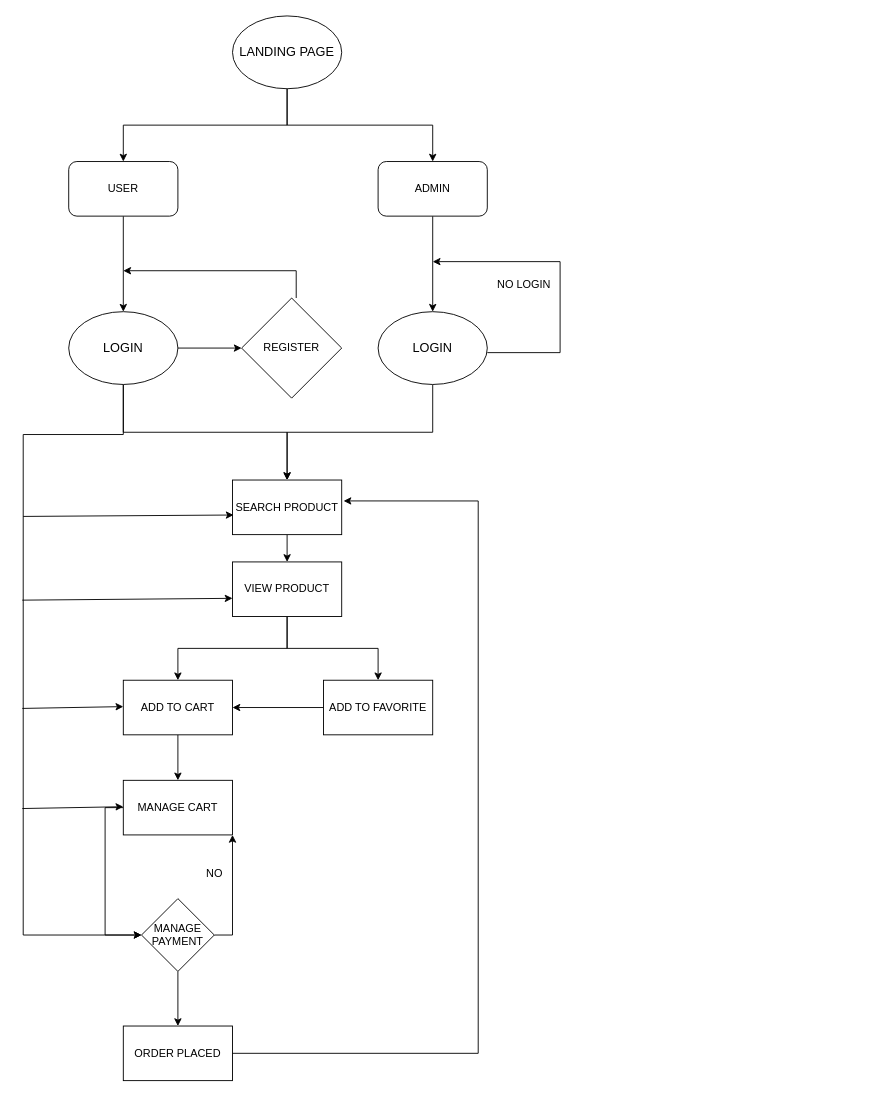
This is Untitled Diagram.drawio from KumarGudu/photo-web, a draw.io file, before an edit. Source tidied: cells renumbered, new cells numbered last; positions are measured from the earlier drawing's top-left corner, leaving out a move shared by most shapes. Both pictures are drawn from the tidied source at 91%, with x=0, y=0 at pixel (22, 15).
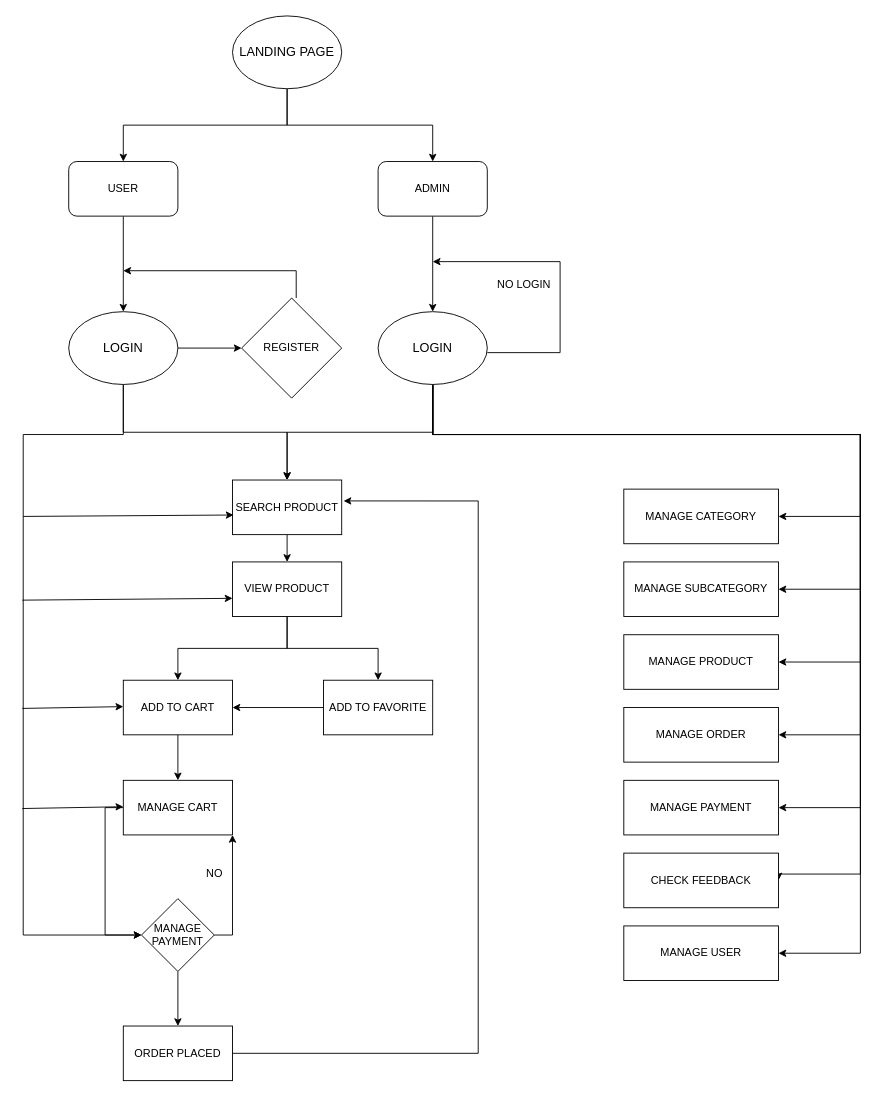
After the change.

Unchanged cells that the change refers to:
```xml
<mxCell id="15" value="&lt;font style=&quot;font-size: 14px;&quot;&gt;LOGIN&lt;/font&gt;" style="ellipse;whiteSpace=wrap;html=1;" parent="1" vertex="1">
  <mxGeometry x="391" y="325" width="120" height="80" as="geometry" />
</mxCell>
```

What changed in the source:
```diff
@@
+    <mxCell id="40" style="edgeStyle=orthogonalEdgeStyle;rounded=0;jettySize=auto;html=1;exitX=0.5;exitY=1;exitDx=0;exitDy=0;entryX=1;entryY=0.5;entryDx=0;entryDy=0;" parent="1" edge="1" source="15" target="47">
+      <mxGeometry relative="1" as="geometry">
+        <Array as="points">
+          <mxPoint x="451" y="460" />
+          <mxPoint x="921" y="460" />
+          <mxPoint x="921" y="550" />
+        </Array>
+      </mxGeometry>
+    </mxCell>
+    <mxCell id="41" style="edgeStyle=orthogonalEdgeStyle;rounded=0;jettySize=auto;html=1;exitX=0.5;exitY=1;exitDx=0;exitDy=0;entryX=1;entryY=0.5;entryDx=0;entryDy=0;" parent="1" edge="1" source="15" target="48">
+      <mxGeometry relative="1" as="geometry">
+        <Array as="points">
+          <mxPoint x="451" y="460" />
+          <mxPoint x="921" y="460" />
+          <mxPoint x="921" y="630" />
+        </Array>
+      </mxGeometry>
+    </mxCell>
+    <mxCell id="42" style="edgeStyle=orthogonalEdgeStyle;rounded=0;jettySize=auto;html=1;exitX=0.5;exitY=1;exitDx=0;exitDy=0;entryX=1;entryY=0.5;entryDx=0;entryDy=0;" parent="1" edge="1" source="15" target="49">
+      <mxGeometry relative="1" as="geometry">
+        <Array as="points">
+          <mxPoint x="451" y="460" />
+          <mxPoint x="921" y="460" />
+          <mxPoint x="921" y="710" />
+        </Array>
+      </mxGeometry>
+    </mxCell>
+    <mxCell id="43" style="edgeStyle=orthogonalEdgeStyle;rounded=0;jettySize=auto;html=1;exitX=0.5;exitY=1;exitDx=0;exitDy=0;entryX=1;entryY=0.5;entryDx=0;entryDy=0;" parent="1" edge="1" source="15" target="50">
+      <mxGeometry relative="1" as="geometry">
+        <Array as="points">
+          <mxPoint x="451" y="460" />
+          <mxPoint x="921" y="460" />
+          <mxPoint x="921" y="790" />
+        </Array>
+      </mxGeometry>
+    </mxCell>
+    <mxCell id="44" style="edgeStyle=orthogonalEdgeStyle;rounded=0;jettySize=auto;html=1;exitX=0.5;exitY=1;exitDx=0;exitDy=0;entryX=1;entryY=0.5;entryDx=0;entryDy=0;" parent="1" edge="1" source="15" target="51">
+      <mxGeometry relative="1" as="geometry">
+        <Array as="points">
+          <mxPoint x="451" y="460" />
+          <mxPoint x="921" y="460" />
+          <mxPoint x="921" y="870" />
+        </Array>
+      </mxGeometry>
+    </mxCell>
+    <mxCell id="45" style="edgeStyle=orthogonalEdgeStyle;rounded=0;jettySize=auto;html=1;exitX=0.5;exitY=1;exitDx=0;exitDy=0;entryX=1;entryY=0.5;entryDx=0;entryDy=0;" parent="1" edge="1" source="15" target="52">
+      <mxGeometry relative="1" as="geometry">
+        <Array as="points">
+          <mxPoint x="451" y="460" />
+          <mxPoint x="921" y="460" />
+          <mxPoint x="921" y="943" />
+        </Array>
+      </mxGeometry>
+    </mxCell>
+    <mxCell id="46" style="edgeStyle=orthogonalEdgeStyle;rounded=0;jettySize=auto;html=1;exitX=0.5;exitY=1;exitDx=0;exitDy=0;entryX=1;entryY=0.5;entryDx=0;entryDy=0;" parent="1" edge="1" source="15" target="53">
+      <mxGeometry relative="1" as="geometry">
+        <Array as="points">
+          <mxPoint x="451" y="460" />
+          <mxPoint x="921" y="460" />
+          <mxPoint x="921" y="1030" />
+        </Array>
+      </mxGeometry>
+    </mxCell>
@@
+    <mxCell id="47" value="MANAGE CATEGORY" style="rounded=0;whiteSpace=wrap;html=1;" parent="1" vertex="1">
+      <mxGeometry x="661" y="520" width="170" height="60" as="geometry" />
+    </mxCell>
+    <mxCell id="48" value="MANAGE SUBCATEGORY" style="rounded=0;whiteSpace=wrap;html=1;" parent="1" vertex="1">
+      <mxGeometry x="661" y="600" width="170" height="60" as="geometry" />
+    </mxCell>
+    <mxCell id="49" value="MANAGE PRODUCT" style="rounded=0;whiteSpace=wrap;html=1;" parent="1" vertex="1">
+      <mxGeometry x="661" y="680" width="170" height="60" as="geometry" />
+    </mxCell>
+    <mxCell id="50" value="MANAGE ORDER" style="rounded=0;whiteSpace=wrap;html=1;" parent="1" vertex="1">
+      <mxGeometry x="661" y="760" width="170" height="60" as="geometry" />
+    </mxCell>
+    <mxCell id="51" value="MANAGE PAYMENT" style="rounded=0;whiteSpace=wrap;html=1;" parent="1" vertex="1">
+      <mxGeometry x="661" y="840" width="170" height="60" as="geometry" />
+    </mxCell>
+    <mxCell id="52" value="CHECK FEEDBACK" style="rounded=0;whiteSpace=wrap;html=1;" parent="1" vertex="1">
+      <mxGeometry x="661" y="920" width="170" height="60" as="geometry" />
+    </mxCell>
+    <mxCell id="53" value="MANAGE USER" style="rounded=0;whiteSpace=wrap;html=1;" parent="1" vertex="1">
+      <mxGeometry x="661" y="1000" width="170" height="60" as="geometry" />
+    </mxCell>
```
